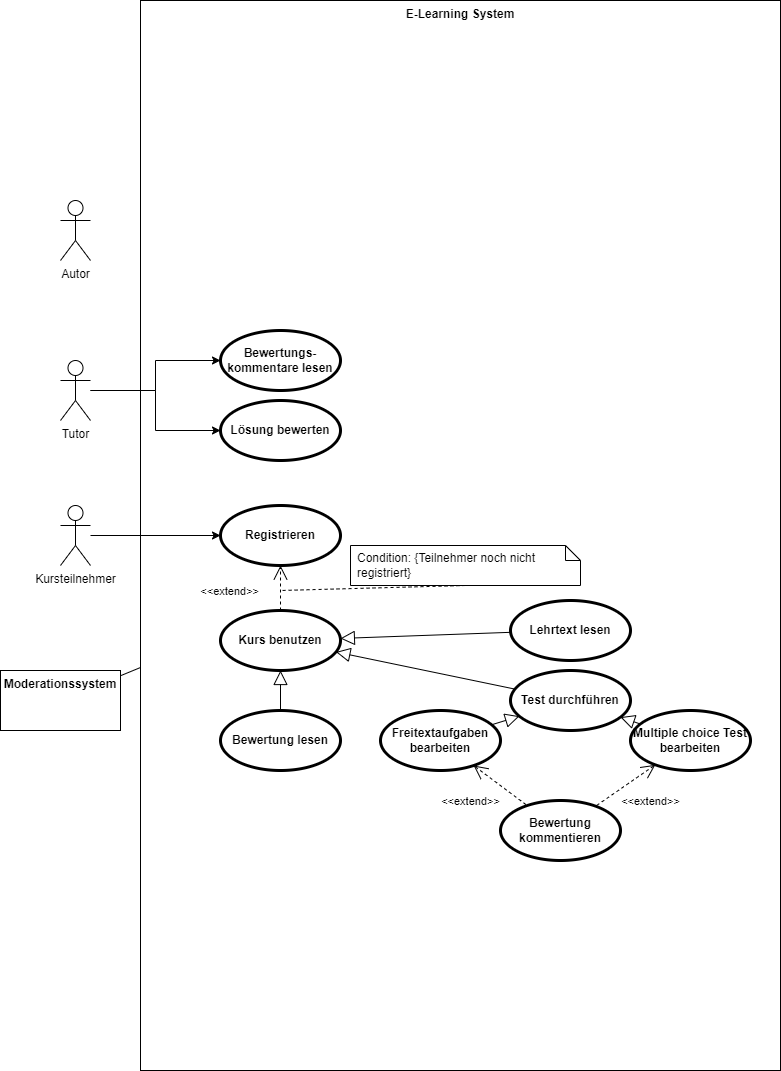
Before: Uebung8/E_Learning.drawio.png, a diagram exported from draw.io (jahtzee/SE_WS21). Source tidied: cells renumbered, new cells last; positions are measured from the earlier drawing's top-left corner, leaving out a move shared by most shapes.
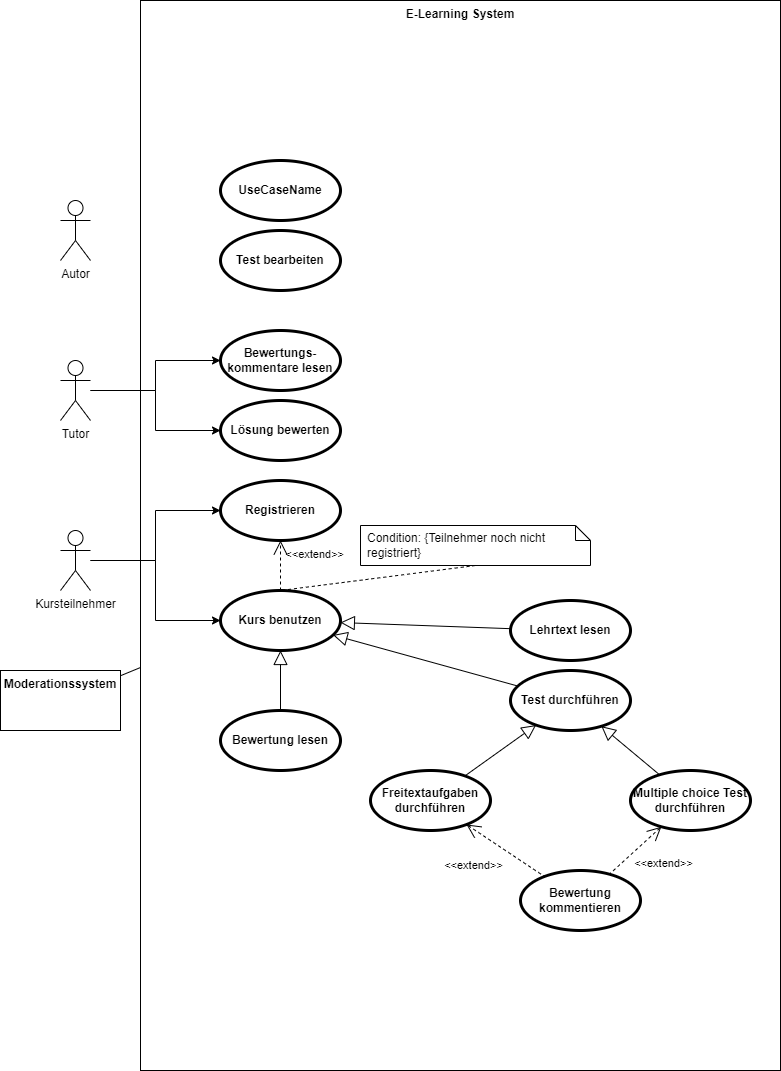
The same file after the commit.

Diff of the diagram source:
```diff
@@ -20,23 +20,26 @@
     <mxCell id="7" style="edgeStyle=orthogonalEdgeStyle;rounded=0;jettySize=auto;html=1;entryX=0;entryY=0.5;entryDx=0;entryDy=0;" parent="1" edge="1" source="8" target="10">
       <mxGeometry relative="1" as="geometry" />
     </mxCell>
+    <mxCell id="31" style="edgeStyle=orthogonalEdgeStyle;rounded=0;jettySize=auto;html=1;" parent="1" edge="1" source="8" target="11">
+      <mxGeometry relative="1" as="geometry" />
+    </mxCell>
     <mxCell id="8" value="Kursteilnehmer" style="shape=umlActor;html=1;verticalLabelPosition=bottom;verticalAlign=top;align=center;" parent="1" vertex="1">
-      <mxGeometry x="60" y="505" width="30" height="60" as="geometry" />
+      <mxGeometry x="60" y="530" width="30" height="60" as="geometry" />
     </mxCell>
     <mxCell id="9" value="Moderationssystem" style="shape=rect;html=1;verticalAlign=top;fontStyle=1;whiteSpace=wrap;align=center;" parent="1" vertex="1">
       <mxGeometry y="670" width="120" height="60" as="geometry" />
     </mxCell>
     <mxCell id="10" value="Registrieren" style="shape=ellipse;html=1;strokeWidth=3;fontStyle=1;whiteSpace=wrap;align=center;perimeter=ellipsePerimeter;" parent="1" vertex="1">
-      <mxGeometry x="220" y="505" width="120" height="60" as="geometry" />
+      <mxGeometry x="220" y="480" width="120" height="60" as="geometry" />
     </mxCell>
     <mxCell id="11" value="Kurs benutzen" style="shape=ellipse;html=1;strokeWidth=3;fontStyle=1;whiteSpace=wrap;align=center;perimeter=ellipsePerimeter;" parent="1" vertex="1">
-      <mxGeometry x="220" y="610" width="120" height="60" as="geometry" />
+      <mxGeometry x="220" y="590" width="120" height="60" as="geometry" />
     </mxCell>
     <mxCell id="12" value="Condition: {Teilnehmer noch nicht registriert}" style="shape=note;size=15;spacingLeft=5;align=left;whiteSpace=wrap;" parent="1" vertex="1">
-      <mxGeometry x="350" y="545" width="230" height="40" as="geometry" />
+      <mxGeometry x="360" y="525" width="230" height="40" as="geometry" />
     </mxCell>
     <mxCell id="13" value="&amp;lt;&amp;lt;extend&amp;gt;&amp;gt;" style="align=right;html=1;verticalAlign=bottom;rounded=0;labelBackgroundColor=none;endArrow=open;endSize=12;dashed=1;" parent="1" edge="1" source="11" target="10">
-      <mxGeometry x="-0.56" y="20" relative="1" as="geometry" />
+      <mxGeometry x="0.06" y="-65" relative="1" as="geometry" />
     </mxCell>
     <mxCell id="14" style="edgeStyle=none;html=1;endArrow=none;rounded=0;labelBackgroundColor=none;dashed=1;exitX=0.5;exitY=1;" parent="1" edge="1" source="12">
       <mxGeometry relative="1" as="geometry">
@@ -49,11 +52,11 @@
     <mxCell id="16" value="Test durchführen" style="shape=ellipse;html=1;strokeWidth=3;fontStyle=1;whiteSpace=wrap;align=center;perimeter=ellipsePerimeter;" parent="1" vertex="1">
       <mxGeometry x="510" y="670" width="120" height="60" as="geometry" />
     </mxCell>
-    <mxCell id="17" value="Freitextaufgaben bearbeiten" style="shape=ellipse;html=1;strokeWidth=3;fontStyle=1;whiteSpace=wrap;align=center;perimeter=ellipsePerimeter;" parent="1" vertex="1">
-      <mxGeometry x="380" y="710" width="120" height="60" as="geometry" />
+    <mxCell id="17" value="Freitextaufgaben durchführen" style="shape=ellipse;html=1;strokeWidth=3;fontStyle=1;whiteSpace=wrap;align=center;perimeter=ellipsePerimeter;" parent="1" vertex="1">
+      <mxGeometry x="370" y="770" width="120" height="60" as="geometry" />
     </mxCell>
-    <mxCell id="18" value="Multiple choice Test bearbeiten" style="shape=ellipse;html=1;strokeWidth=3;fontStyle=1;whiteSpace=wrap;align=center;perimeter=ellipsePerimeter;" parent="1" vertex="1">
-      <mxGeometry x="630" y="710" width="120" height="60" as="geometry" />
+    <mxCell id="18" value="Multiple choice Test durchführen" style="shape=ellipse;html=1;strokeWidth=3;fontStyle=1;whiteSpace=wrap;align=center;perimeter=ellipsePerimeter;" parent="1" vertex="1">
+      <mxGeometry x="630" y="770" width="120" height="60" as="geometry" />
     </mxCell>
     <mxCell id="19" style="edgeStyle=none;html=1;endArrow=block;endFill=0;endSize=12;verticalAlign=bottom;rounded=0;" parent="1" edge="1" source="15" target="11">
       <mxGeometry relative="1" as="geometry" />
@@ -71,7 +74,7 @@
       <mxGeometry relative="1" as="geometry" />
     </mxCell>
     <mxCell id="24" value="Bewertung kommentieren" style="shape=ellipse;html=1;strokeWidth=3;fontStyle=1;whiteSpace=wrap;align=center;perimeter=ellipsePerimeter;" parent="1" vertex="1">
-      <mxGeometry x="500" y="800" width="120" height="60" as="geometry" />
+      <mxGeometry x="520" y="870" width="120" height="60" as="geometry" />
     </mxCell>
     <mxCell id="25" value="&amp;lt;&amp;lt;extend&amp;gt;&amp;gt;" style="edgeStyle=none;html=1;startArrow=open;endArrow=none;startSize=12;verticalAlign=bottom;dashed=1;labelBackgroundColor=none;rounded=0;" parent="1" edge="1" source="17" target="24">
       <mxGeometry x="-0.27" y="-38" relative="1" as="geometry" />
@@ -91,5 +94,11 @@
     <mxCell id="30" style="edgeStyle=none;html=1;endArrow=block;endFill=0;endSize=12;verticalAlign=bottom;rounded=0;" parent="1" edge="1" source="29" target="11">
       <mxGeometry relative="1" as="geometry" />
     </mxCell>
+    <mxCell id="32" value="Test bearbeiten" style="shape=ellipse;html=1;strokeWidth=3;fontStyle=1;whiteSpace=wrap;align=center;perimeter=ellipsePerimeter;" parent="1" vertex="1">
+      <mxGeometry x="220" y="230" width="120" height="60" as="geometry" />
+    </mxCell>
+    <mxCell id="33" value="UseCaseName" style="shape=ellipse;html=1;strokeWidth=3;fontStyle=1;whiteSpace=wrap;align=center;perimeter=ellipsePerimeter;" parent="1" vertex="1">
+      <mxGeometry x="220" y="160" width="120" height="60" as="geometry" />
+    </mxCell>
   </root>
 </mxGraphModel>
```
